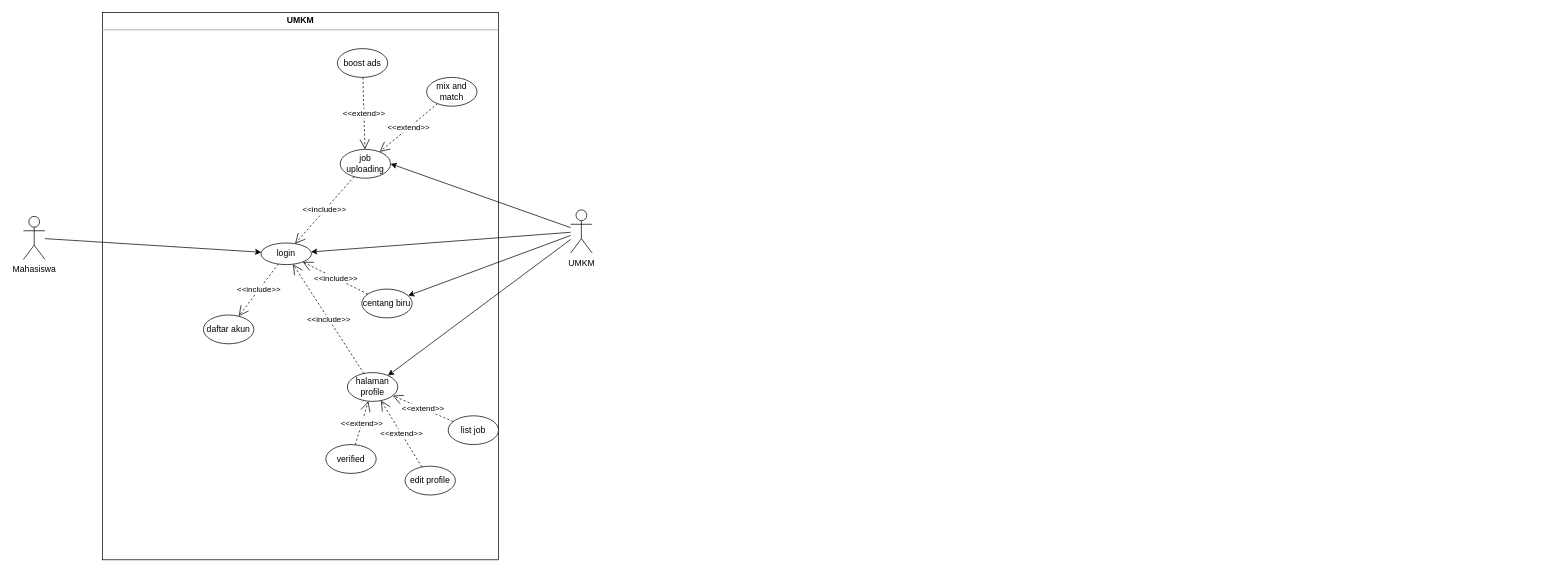
The draw.io diagram page "UML (UseCase)" (2 of 4) of uml-diagram.drawio in isalzufari/sayembaara, before the edit. Source tidied: cells renumbered, new cells numbered last; positions are measured from the earlier drawing's top-left corner, leaving out a move shared by most shapes. Both pictures are drawn from the tidied source at 72%, with x=0, y=0 at pixel (23, 12).
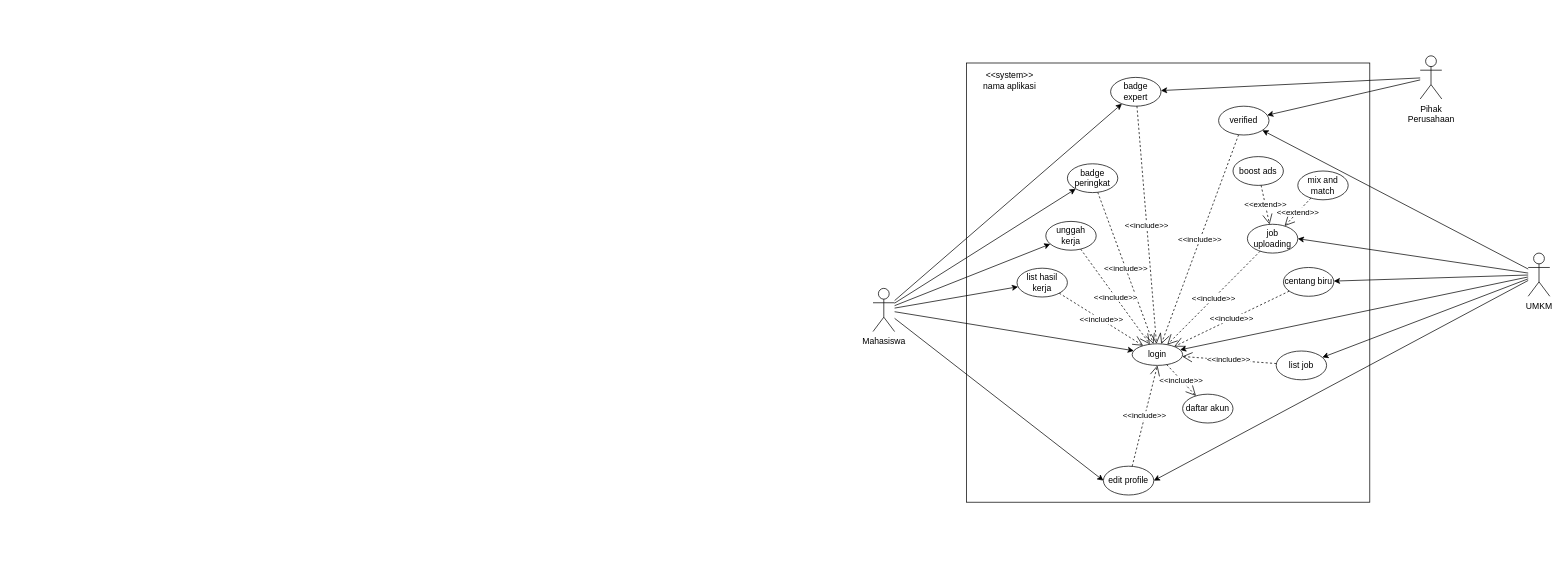
The same diagram, later.

Change to the diagram source:
```diff
@@
-    <mxCell id="2" value="&lt;p style=&quot;margin:0px;margin-top:4px;text-align:center;&quot;&gt;&lt;b&gt;UMKM&lt;/b&gt;&lt;/p&gt;&lt;hr size=&quot;1&quot;&gt;&lt;div style=&quot;height:2px;&quot;&gt;&lt;/div&gt;" style="verticalAlign=top;align=left;overflow=fill;fontSize=12;fontFamily=Helvetica;html=1;whiteSpace=wrap;" parent="1" vertex="1">
-      <mxGeometry x="110" width="550" height="760" as="geometry" />
-    </mxCell>
+    <mxCell id="29" style="rounded=0;whiteSpace=wrap;html=1;" parent="1" vertex="1">
+      <mxGeometry x="1310" y="70" width="560" height="610" as="geometry" />
+    </mxCell>
@@
+    <mxCell id="30" style="rounded=0;jettySize=auto;html=1;entryX=0;entryY=0.5;entryDx=0;entryDy=0;" parent="1" edge="1" source="4" target="24">
+      <mxGeometry relative="1" as="geometry" />
+    </mxCell>
+    <mxCell id="31" style="rounded=0;jettySize=auto;html=1;" parent="1" edge="1" source="4" target="43">
+      <mxGeometry relative="1" as="geometry" />
+    </mxCell>
+    <mxCell id="32" style="rounded=0;jettySize=auto;html=1;" parent="1" edge="1" source="4" target="45">
+      <mxGeometry relative="1" as="geometry" />
+    </mxCell>
+    <mxCell id="33" style="rounded=0;jettySize=auto;html=1;" parent="1" edge="1" source="4" target="47">
+      <mxGeometry relative="1" as="geometry" />
+    </mxCell>
+    <mxCell id="34" style="rounded=0;jettySize=auto;html=1;" parent="1" edge="1" source="4" target="49">
+      <mxGeometry relative="1" as="geometry" />
+    </mxCell>
     <mxCell id="4" value="Mahasiswa" style="shape=umlActor;verticalLabelPosition=bottom;verticalAlign=top;html=1;" parent="1" vertex="1">
-      <mxGeometry y="283" width="30" height="60" as="geometry" />
+      <mxGeometry x="1180" y="383" width="30" height="60" as="geometry" />
     </mxCell>
@@
-    <mxCell id="8" style="rounded=0;jettySize=auto;html=1;" parent="1" edge="1" source="9" target="21">
+    <mxCell id="8" style="rounded=0;jettySize=auto;html=1;" parent="1" edge="1" source="9" target="25">
       <mxGeometry relative="1" as="geometry" />
     </mxCell>
+    <mxCell id="35" style="rounded=0;jettySize=auto;html=1;" parent="1" edge="1" source="9" target="23">
+      <mxGeometry relative="1" as="geometry" />
+    </mxCell>
+    <mxCell id="36" style="rounded=0;jettySize=auto;html=1;entryX=1;entryY=0.5;entryDx=0;entryDy=0;" parent="1" edge="1" source="9" target="24">
+      <mxGeometry relative="1" as="geometry" />
+    </mxCell>
     <mxCell id="9" value="UMKM" style="shape=umlActor;verticalLabelPosition=bottom;verticalAlign=top;html=1;" parent="1" vertex="1">
-      <mxGeometry x="760" y="274" width="30" height="60" as="geometry" />
+      <mxGeometry x="2090" y="334" width="30" height="60" as="geometry" />
     </mxCell>
     <mxCell id="10" value="login" style="ellipse;whiteSpace=wrap;html=1;" parent="1" vertex="1">
-      <mxGeometry x="330" y="320" width="70" height="30" as="geometry" />
+      <mxGeometry x="1540" y="460" width="70" height="30" as="geometry" />
     </mxCell>
     <mxCell id="11" value="job uploading" style="ellipse;whiteSpace=wrap;html=1;" parent="1" vertex="1">
-      <mxGeometry x="440" y="190" width="70" height="40" as="geometry" />
+      <mxGeometry x="1700" y="294" width="70" height="40" as="geometry" />
     </mxCell>
     <mxCell id="12" value="mix and match" style="ellipse;whiteSpace=wrap;html=1;" parent="1" vertex="1">
-      <mxGeometry x="560" y="90" width="70" height="40" as="geometry" />
+      <mxGeometry x="1770" y="220" width="70" height="40" as="geometry" />
     </mxCell>
@@
     <mxCell id="15" value="boost ads" style="ellipse;whiteSpace=wrap;html=1;" parent="1" vertex="1">
-      <mxGeometry x="436" y="50" width="70" height="40" as="geometry" />
+      <mxGeometry x="1680" y="200" width="70" height="40" as="geometry" />
     </mxCell>
@@
-    <mxCell id="17" value="centang biru" style="ellipse;whiteSpace=wrap;html=1;" parent="1" vertex="1">
-      <mxGeometry x="470" y="384" width="70" height="40" as="geometry" />
-    </mxCell>
@@
     <mxCell id="19" value="daftar akun" style="ellipse;whiteSpace=wrap;html=1;" parent="1" vertex="1">
-      <mxGeometry x="250" y="420" width="70" height="40" as="geometry" />
+      <mxGeometry x="1610" y="530" width="70" height="40" as="geometry" />
     </mxCell>
@@
-    <mxCell id="21" value="halaman profile" style="ellipse;whiteSpace=wrap;html=1;" parent="1" vertex="1">
-      <mxGeometry x="450" y="500" width="70" height="40" as="geometry" />
-    </mxCell>
-    <mxCell id="22" value="&amp;lt;&amp;lt;include&amp;gt;&amp;gt;" style="endArrow=open;endSize=12;dashed=1;html=1;rounded=0;" parent="1" edge="1" source="21" target="10">
+    <mxCell id="22" value="&amp;lt;&amp;lt;include&amp;gt;&amp;gt;" style="endArrow=open;endSize=12;dashed=1;html=1;rounded=0;" parent="1" edge="1" source="25" target="10">
       <mxGeometry relative="1" as="geometry" />
     </mxCell>
+    <mxCell id="25" value="list job" style="ellipse;whiteSpace=wrap;html=1;" parent="1" vertex="1">
+      <mxGeometry x="1740" y="470" width="70" height="40" as="geometry" />
+    </mxCell>
+    <mxCell id="37" value="&amp;lt;&amp;lt;include&amp;gt;&amp;gt;" style="endArrow=open;endSize=12;dashed=1;html=1;rounded=0;" parent="1" edge="1" source="23" target="10">
+      <mxGeometry relative="1" as="geometry" />
+    </mxCell>
+    <mxCell id="38" value="&amp;lt;&amp;lt;include&amp;gt;&amp;gt;" style="endArrow=open;endSize=12;dashed=1;html=1;rounded=0;entryX=0.5;entryY=1;entryDx=0;entryDy=0;" parent="1" edge="1" source="24" target="10">
+      <mxGeometry relative="1" as="geometry" />
+    </mxCell>
+    <mxCell id="39" value="&lt;div&gt;&amp;lt;&amp;lt;system&amp;gt;&amp;gt;&lt;/div&gt;&lt;div&gt;nama aplikasi&lt;br&gt;&lt;/div&gt;" style="text;html=1;strokeColor=none;fillColor=none;align=center;verticalAlign=middle;whiteSpace=wrap;rounded=0;" parent="1" vertex="1">
+      <mxGeometry x="1310" y="70" width="120" height="50" as="geometry" />
+    </mxCell>
+    <mxCell id="24" value="edit profile" style="ellipse;whiteSpace=wrap;html=1;" parent="1" vertex="1">
+      <mxGeometry x="1500" y="630" width="70" height="40" as="geometry" />
+    </mxCell>
     <mxCell id="23" value="verified" style="ellipse;whiteSpace=wrap;html=1;" parent="1" vertex="1">
-      <mxGeometry x="420" y="600" width="70" height="40" as="geometry" />
+      <mxGeometry x="1660" y="130" width="70" height="40" as="geometry" />
     </mxCell>
-    <mxCell id="24" value="edit profile" style="ellipse;whiteSpace=wrap;html=1;" parent="1" vertex="1">
-      <mxGeometry x="530" y="630" width="70" height="40" as="geometry" />
-    </mxCell>
-    <mxCell id="25" value="list job" style="ellipse;whiteSpace=wrap;html=1;" parent="1" vertex="1">
-      <mxGeometry x="590" y="560" width="70" height="40" as="geometry" />
-    </mxCell>
-    <mxCell id="26" value="&amp;lt;&amp;lt;extend&amp;gt;&amp;gt;" style="endArrow=open;endSize=12;dashed=1;html=1;rounded=0;" parent="1" edge="1" source="25" target="21">
-      <mxGeometry relative="1" as="geometry" />
-    </mxCell>
-    <mxCell id="27" value="&amp;lt;&amp;lt;extend&amp;gt;&amp;gt;" style="endArrow=open;endSize=12;dashed=1;html=1;rounded=0;" parent="1" edge="1" source="24" target="21">
-      <mxGeometry relative="1" as="geometry" />
-    </mxCell>
-    <mxCell id="28" value="&amp;lt;&amp;lt;extend&amp;gt;&amp;gt;" style="endArrow=open;endSize=12;dashed=1;html=1;rounded=0;" parent="1" edge="1" source="23" target="21">
-      <mxGeometry relative="1" as="geometry" />
-    </mxCell>
+    <mxCell id="17" value="centang biru" style="ellipse;whiteSpace=wrap;html=1;" parent="1" vertex="1">
+      <mxGeometry x="1750" y="354" width="70" height="40" as="geometry" />
+    </mxCell>
+    <mxCell id="40" style="rounded=0;jettySize=auto;html=1;" parent="1" edge="1" source="42" target="23">
+      <mxGeometry relative="1" as="geometry" />
+    </mxCell>
+    <mxCell id="41" style="rounded=0;jettySize=auto;html=1;" parent="1" edge="1" source="42" target="43">
+      <mxGeometry relative="1" as="geometry" />
+    </mxCell>
+    <mxCell id="42" value="&lt;div&gt;Pihak&lt;/div&gt;&lt;div&gt;Perusahaan&lt;/div&gt;" style="shape=umlActor;verticalLabelPosition=bottom;verticalAlign=top;html=1;" parent="1" vertex="1">
+      <mxGeometry x="1940" y="60" width="30" height="60" as="geometry" />
+    </mxCell>
+    <mxCell id="43" value="badge expert" style="ellipse;whiteSpace=wrap;html=1;" parent="1" vertex="1">
+      <mxGeometry x="1510" y="90" width="70" height="40" as="geometry" />
+    </mxCell>
+    <mxCell id="44" value="&amp;lt;&amp;lt;include&amp;gt;&amp;gt;" style="endArrow=open;endSize=12;dashed=1;html=1;rounded=0;" parent="1" edge="1" source="43" target="10">
+      <mxGeometry relative="1" as="geometry" />
+    </mxCell>
+    <mxCell id="45" value="badge peringkat" style="ellipse;whiteSpace=wrap;html=1;" parent="1" vertex="1">
+      <mxGeometry x="1450" y="210" width="70" height="40" as="geometry" />
+    </mxCell>
+    <mxCell id="46" value="&amp;lt;&amp;lt;include&amp;gt;&amp;gt;" style="endArrow=open;endSize=12;dashed=1;html=1;rounded=0;" parent="1" edge="1" source="45" target="10">
+      <mxGeometry relative="1" as="geometry" />
+    </mxCell>
+    <mxCell id="47" value="unggah kerja" style="ellipse;whiteSpace=wrap;html=1;" parent="1" vertex="1">
+      <mxGeometry x="1420" y="290" width="70" height="40" as="geometry" />
+    </mxCell>
+    <mxCell id="48" value="&amp;lt;&amp;lt;include&amp;gt;&amp;gt;" style="endArrow=open;endSize=12;dashed=1;html=1;rounded=0;" parent="1" edge="1" source="47" target="10">
+      <mxGeometry relative="1" as="geometry" />
+    </mxCell>
+    <mxCell id="49" value="list hasil kerja" style="ellipse;whiteSpace=wrap;html=1;" parent="1" vertex="1">
+      <mxGeometry x="1380" y="355" width="70" height="40" as="geometry" />
+    </mxCell>
+    <mxCell id="50" value="&amp;lt;&amp;lt;include&amp;gt;&amp;gt;" style="endArrow=open;endSize=12;dashed=1;html=1;rounded=0;" parent="1" edge="1" source="49" target="10">
+      <mxGeometry relative="1" as="geometry" />
+    </mxCell>
```
